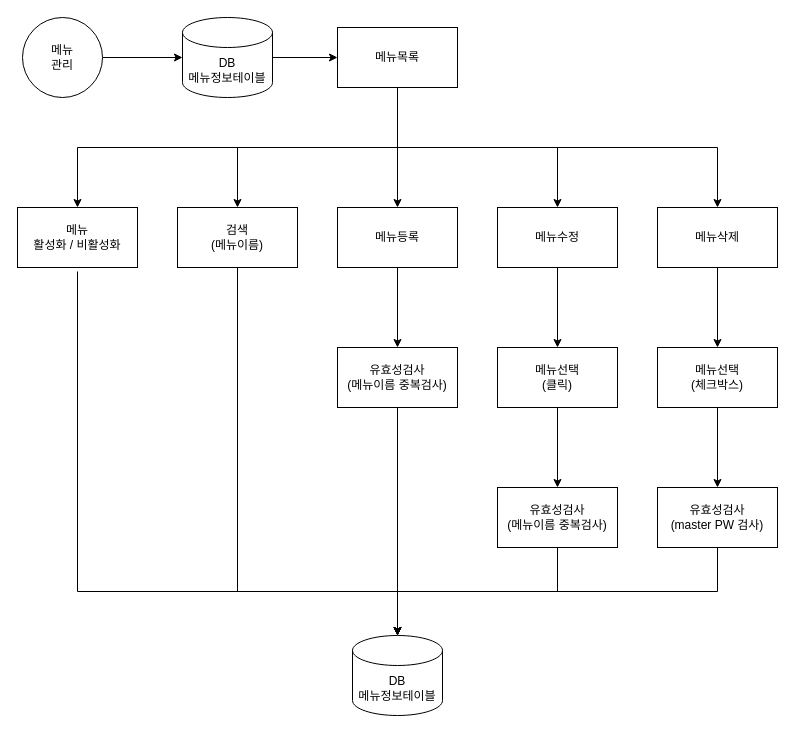
Before: page "관리자_메뉴관리" (14 of 15) of design/KioskClass.drawio in JinSolKwon/cafeKiosk, a draw.io diagram. Source tidied: cells renumbered, new cells numbered last; positions are measured from the earlier drawing's top-left corner, leaving out a move shared by most shapes. Both pictures are drawn from the tidied source at 100%, with x=0, y=0 at pixel (17, 17).
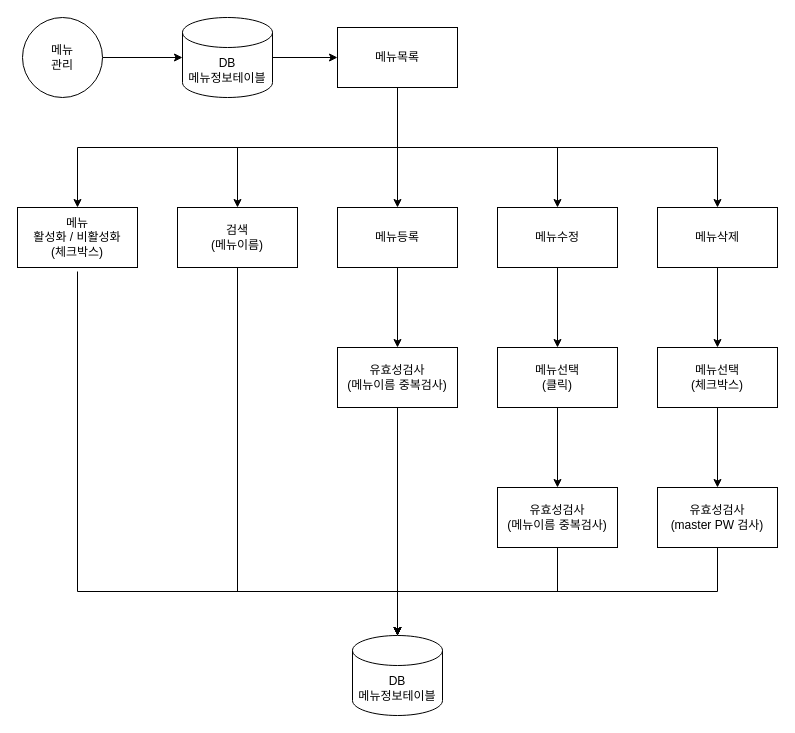
The same page after the edit.

Change to the diagram source:
```diff
@@
-    <mxCell id="13" value="메뉴&lt;br&gt;활성화 / 비활성화" style="whiteSpace=wrap;html=1;" parent="1" vertex="1">
+    <mxCell id="13" value="메뉴&lt;br&gt;활성화 / 비활성화&lt;br&gt;(체크박스)" style="whiteSpace=wrap;html=1;" parent="1" vertex="1">
       <mxGeometry y="190" width="120" height="60" as="geometry" />
     </mxCell>
```
